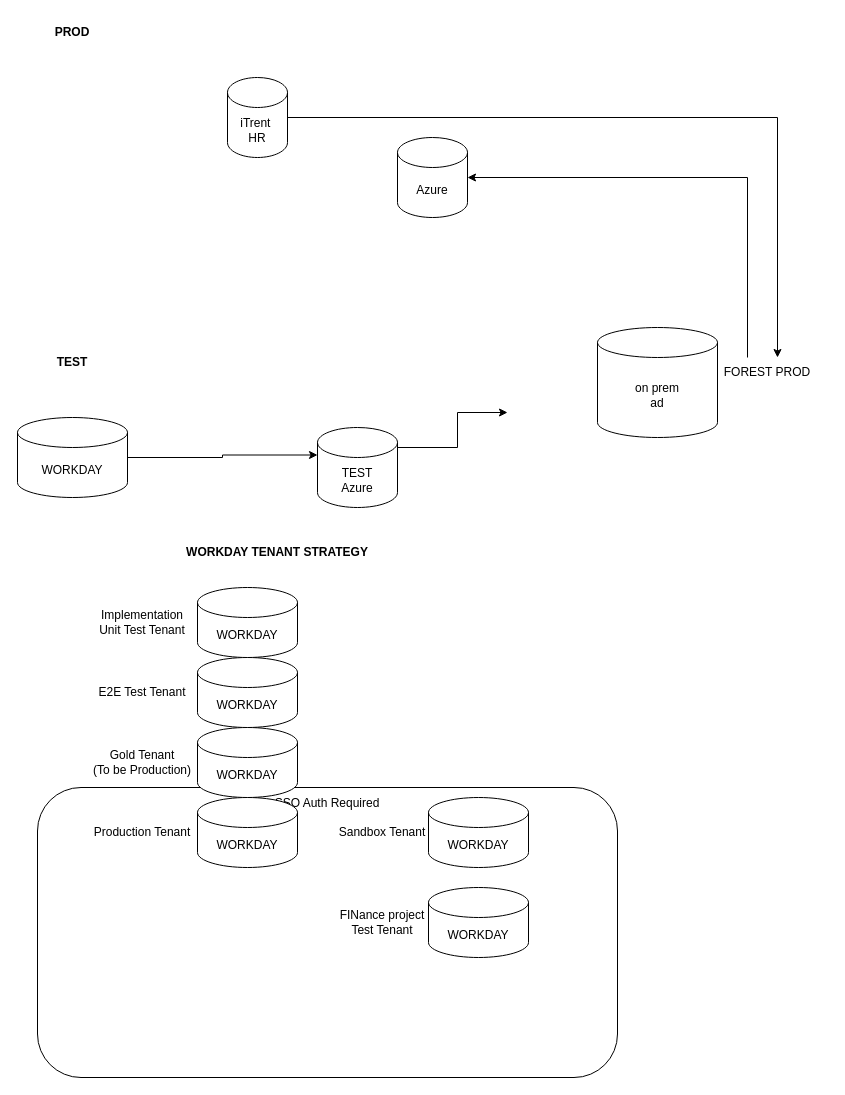
This is SEW CURRENT AD PROCESS.drawio from sandyaroma/sandyaroma, a draw.io file, before an edit. Source tidied: cells renumbered, new cells numbered last; positions are measured from the earlier drawing's top-left corner, leaving out a move shared by most shapes. Both pictures are drawn from the tidied source at 100%, with x=0, y=0 at pixel (17, 17).
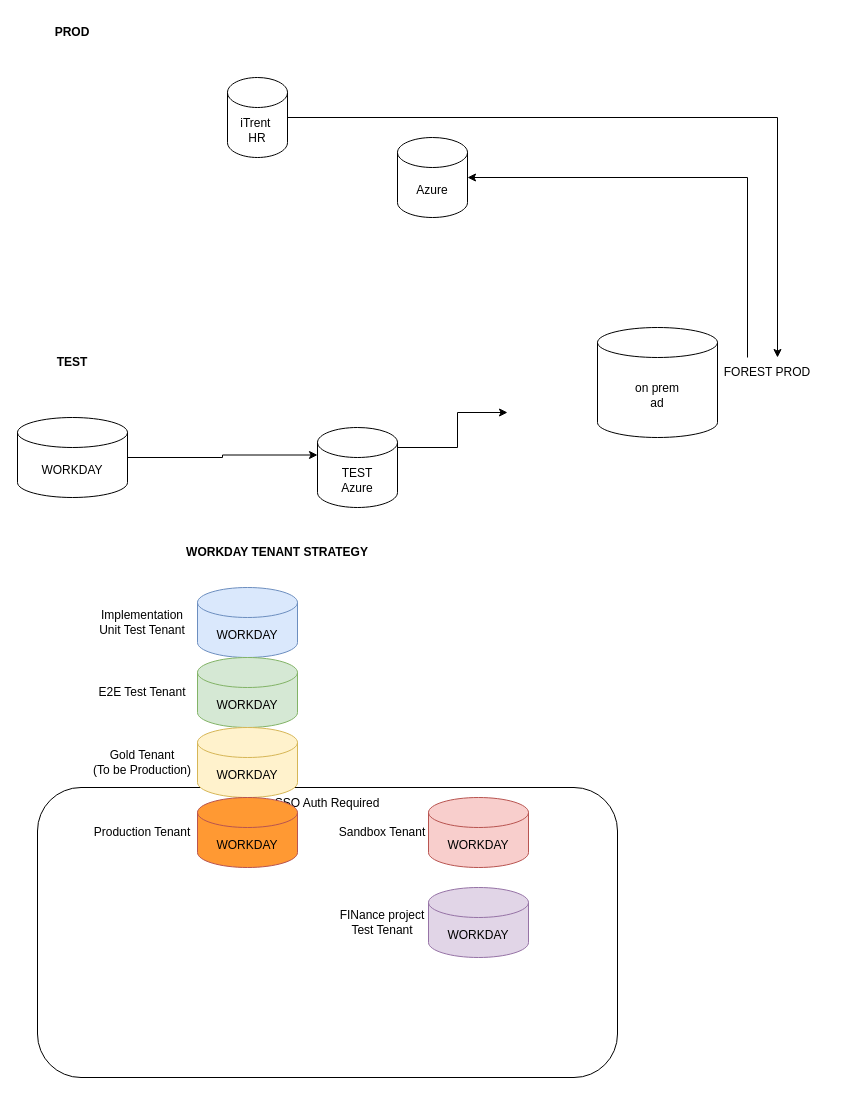
Above is the later version.

Change to the diagram source:
```diff
@@
-    <mxCell id="15" value="WORKDAY" style="shape=cylinder3;whiteSpace=wrap;html=1;boundedLbl=1;backgroundOutline=1;size=15;" parent="1" vertex="1">
+    <mxCell id="15" value="WORKDAY" style="shape=cylinder3;whiteSpace=wrap;html=1;boundedLbl=1;backgroundOutline=1;size=15;fillColor=#dae8fc;strokeColor=#6c8ebf;" parent="1" vertex="1">
       <mxGeometry x="180" y="570" width="100" height="70" as="geometry" />
     </mxCell>
@@
-    <mxCell id="18" value="WORKDAY" style="shape=cylinder3;whiteSpace=wrap;html=1;boundedLbl=1;backgroundOutline=1;size=15;" parent="1" vertex="1">
+    <mxCell id="18" value="WORKDAY" style="shape=cylinder3;whiteSpace=wrap;html=1;boundedLbl=1;backgroundOutline=1;size=15;fillColor=#d5e8d4;strokeColor=#82b366;" parent="1" vertex="1">
       <mxGeometry x="180" y="640" width="100" height="70" as="geometry" />
     </mxCell>
@@
-    <mxCell id="20" value="WORKDAY" style="shape=cylinder3;whiteSpace=wrap;html=1;boundedLbl=1;backgroundOutline=1;size=15;" parent="1" vertex="1">
+    <mxCell id="20" value="WORKDAY" style="shape=cylinder3;whiteSpace=wrap;html=1;boundedLbl=1;backgroundOutline=1;size=15;fillColor=#fff2cc;strokeColor=#d6b656;" parent="1" vertex="1">
       <mxGeometry x="180" y="710" width="100" height="70" as="geometry" />
     </mxCell>
@@
-    <mxCell id="22" value="WORKDAY" style="shape=cylinder3;whiteSpace=wrap;html=1;boundedLbl=1;backgroundOutline=1;size=15;" parent="1" vertex="1">
+    <mxCell id="22" value="WORKDAY" style="shape=cylinder3;whiteSpace=wrap;html=1;boundedLbl=1;backgroundOutline=1;size=15;fillColor=#FF9933;strokeColor=#b85450;" parent="1" vertex="1">
       <mxGeometry x="180" y="780" width="100" height="70" as="geometry" />
     </mxCell>
@@
-    <mxCell id="24" value="WORKDAY" style="shape=cylinder3;whiteSpace=wrap;html=1;boundedLbl=1;backgroundOutline=1;size=15;" parent="1" vertex="1">
+    <mxCell id="24" value="WORKDAY" style="shape=cylinder3;whiteSpace=wrap;html=1;boundedLbl=1;backgroundOutline=1;size=15;fillColor=#f8cecc;strokeColor=#b85450;" parent="1" vertex="1">
       <mxGeometry x="411" y="780" width="100" height="70" as="geometry" />
     </mxCell>
@@
-    <mxCell id="26" value="WORKDAY" style="shape=cylinder3;whiteSpace=wrap;html=1;boundedLbl=1;backgroundOutline=1;size=15;" parent="1" vertex="1">
+    <mxCell id="26" value="WORKDAY" style="shape=cylinder3;whiteSpace=wrap;html=1;boundedLbl=1;backgroundOutline=1;size=15;fillColor=#e1d5e7;strokeColor=#9673a6;" parent="1" vertex="1">
       <mxGeometry x="411" y="870" width="100" height="70" as="geometry" />
     </mxCell>
```
